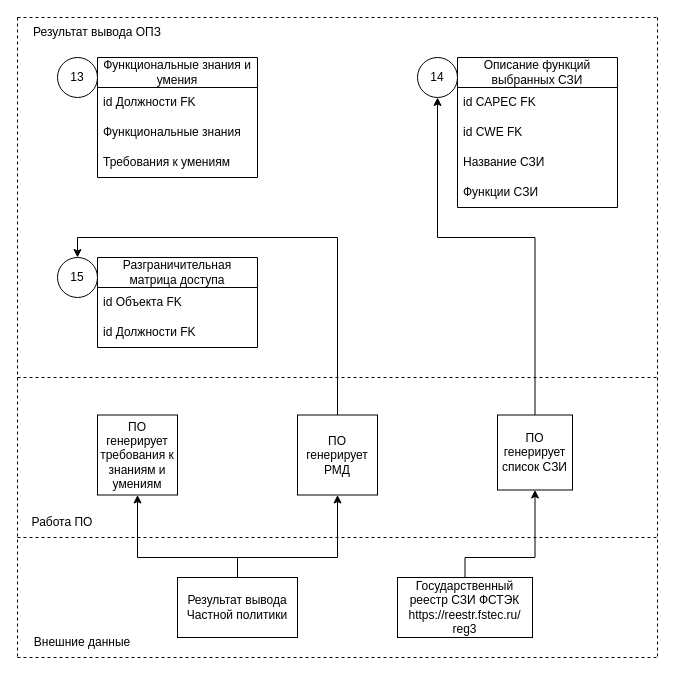
Earlier version of the draw.io diagram New_Shema_OPZ/(Обновленная схема ОПЗ) Частные инструкции.drawio (SmirnovBogdan8/Diplom). Source tidied: cells renumbered, new cells numbered last; positions are measured from the earlier drawing's top-left corner, leaving out a move shared by most shapes. Both pictures are drawn from the tidied source at 100%, with x=0, y=0 at pixel (17, 17).
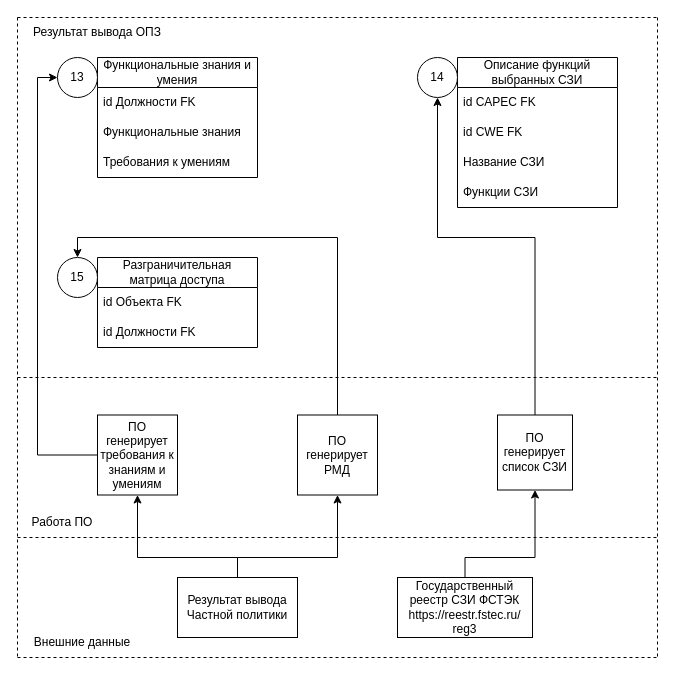
After the change.

The change refers to these unchanged cells:
```xml
<mxCell id="20" value="13" style="ellipse;whiteSpace=wrap;html=1;" parent="1" vertex="1">
  <mxGeometry x="40" y="40" width="40" height="40" as="geometry" />
</mxCell>
<mxCell id="30" value="ПО генерирует требования к знаниям и умениям" style="whiteSpace=wrap;html=1;" parent="1" vertex="1">
  <mxGeometry x="80" y="397.5" width="80" height="80" as="geometry" />
</mxCell>
```

The edit, as a diff of the source:
```diff
@@
+    <mxCell id="36" style="edgeStyle=orthogonalEdgeStyle;rounded=0;jettySize=auto;html=1;exitX=0;exitY=0.5;exitDx=0;exitDy=0;entryX=0;entryY=0.5;entryDx=0;entryDy=0;" parent="1" edge="1" source="30" target="20">
+      <mxGeometry relative="1" as="geometry" />
+    </mxCell>
```
